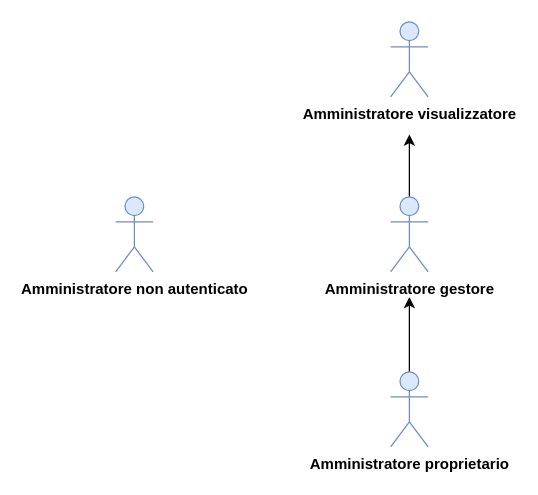
Earlier version of the draw.io diagram page "Amministratori" (1 of 3) of DocumentazioneEsterna/AnalisiDeiRequisiti/Sezioni/UseCase/draw.io/Attori.drawio (qb-team/Stalker-Documentazione). Source tidied: cells renumbered, new cells numbered last; positions are measured from the earlier drawing's top-left corner, leaving out a move shared by most shapes. Both pictures are drawn from the tidied source at 125%, with x=0, y=0 at pixel (115, 21).
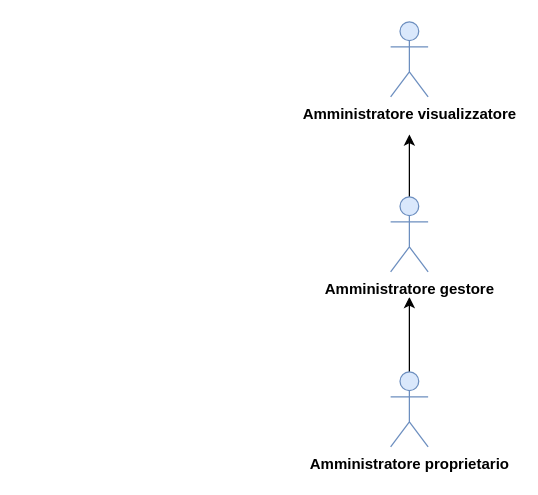
The same diagram, later.

What changed in the source:
```diff
@@
 <mxGraphModel>
   <root>
     <mxCell id="0" />
     <mxCell id="1" parent="0" />
     <mxCell id="2" style="edgeStyle=orthogonalEdgeStyle;rounded=0;jettySize=auto;html=1;" parent="1" edge="1" source="3">
       <mxGeometry relative="1" as="geometry">
         <mxPoint x="235" y="220" as="targetPoint" />
       </mxGeometry>
     </mxCell>
     <mxCell id="3" value="&lt;b&gt;Amministratore proprietario&lt;/b&gt;" style="shape=umlActor;verticalLabelPosition=bottom;labelBackgroundColor=#ffffff;verticalAlign=top;html=1;outlineConnect=0;fillColor=#dae8fc;strokeColor=#6c8ebf;" parent="1" vertex="1">
       <mxGeometry x="220" y="280" width="30" height="60" as="geometry" />
     </mxCell>
     <mxCell id="4" style="edgeStyle=orthogonalEdgeStyle;rounded=0;jettySize=auto;html=1;" parent="1" edge="1" source="5">
       <mxGeometry relative="1" as="geometry">
         <mxPoint x="235" y="90" as="targetPoint" />
       </mxGeometry>
     </mxCell>
     <mxCell id="5" value="Amministratore gestore&lt;br&gt;" style="shape=umlActor;verticalLabelPosition=bottom;labelBackgroundColor=#ffffff;verticalAlign=top;html=1;outlineConnect=0;fillColor=#dae8fc;strokeColor=#6c8ebf;fontStyle=1;" parent="1" vertex="1">
       <mxGeometry x="220" y="140" width="30" height="60" as="geometry" />
     </mxCell>
     <mxCell id="6" value="&lt;b&gt;Amministratore visualizzatore&lt;/b&gt;" style="shape=umlActor;verticalLabelPosition=bottom;labelBackgroundColor=#ffffff;verticalAlign=top;html=1;fillColor=#dae8fc;strokeColor=#6c8ebf;" parent="1" vertex="1">
       <mxGeometry x="220" width="30" height="60" as="geometry" />
     </mxCell>
-    <mxCell id="7" value="&lt;b&gt;Amministratore non autenticato&lt;/b&gt;" style="shape=umlActor;verticalLabelPosition=bottom;labelBackgroundColor=#ffffff;verticalAlign=top;html=1;fillColor=#dae8fc;strokeColor=#6c8ebf;" parent="1" vertex="1">
-      <mxGeometry y="140" width="30" height="60" as="geometry" />
-    </mxCell>
   </root>
 </mxGraphModel>
```
